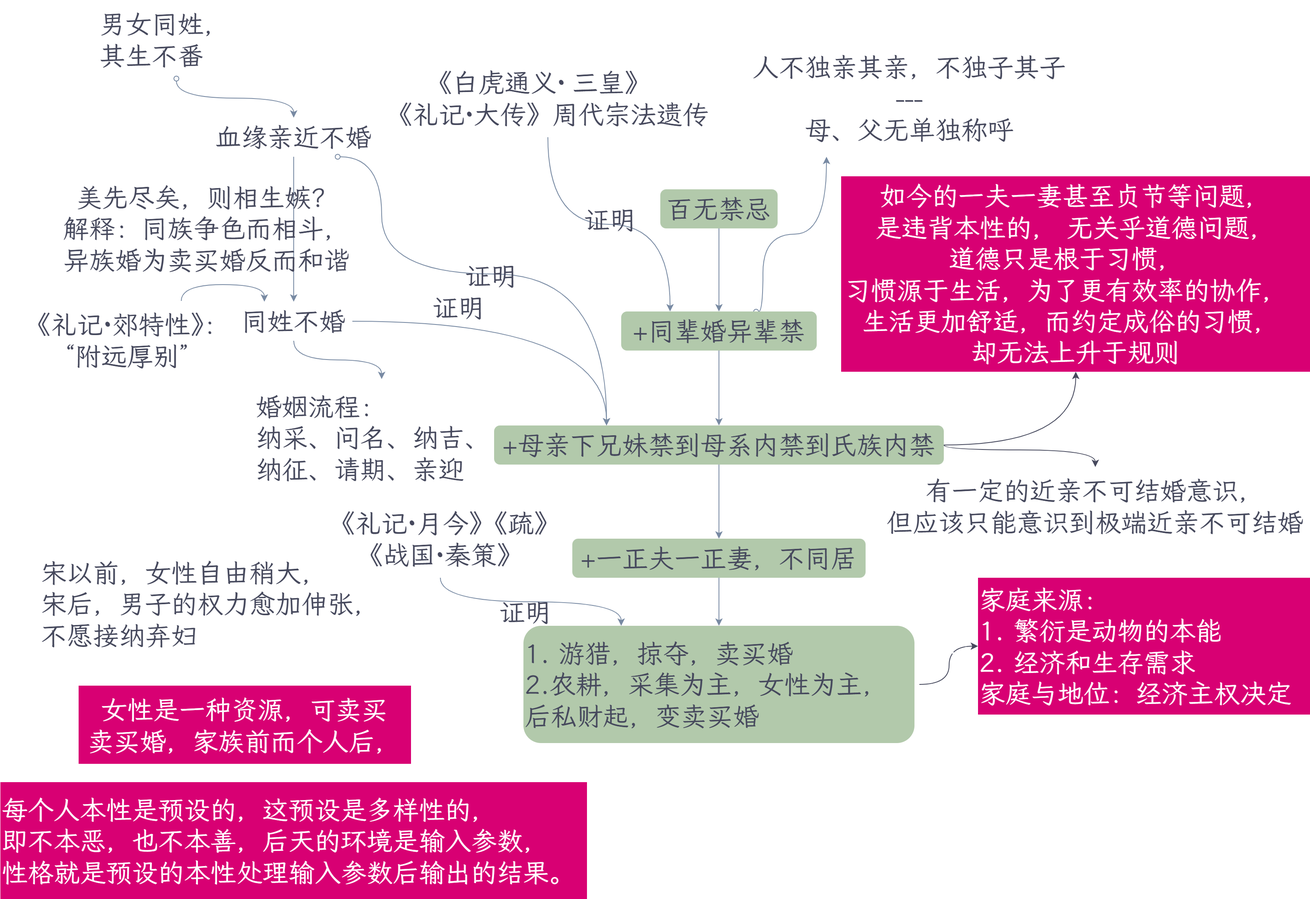
The draw.io diagram assets/中国通史_婚姻.png in Zencoder-arch/obsidian-images, before a commit. Source tidied: cells renumbered, new cells last; positions are measured from the earlier drawing's top-left corner, leaving out a move shared by most shapes.
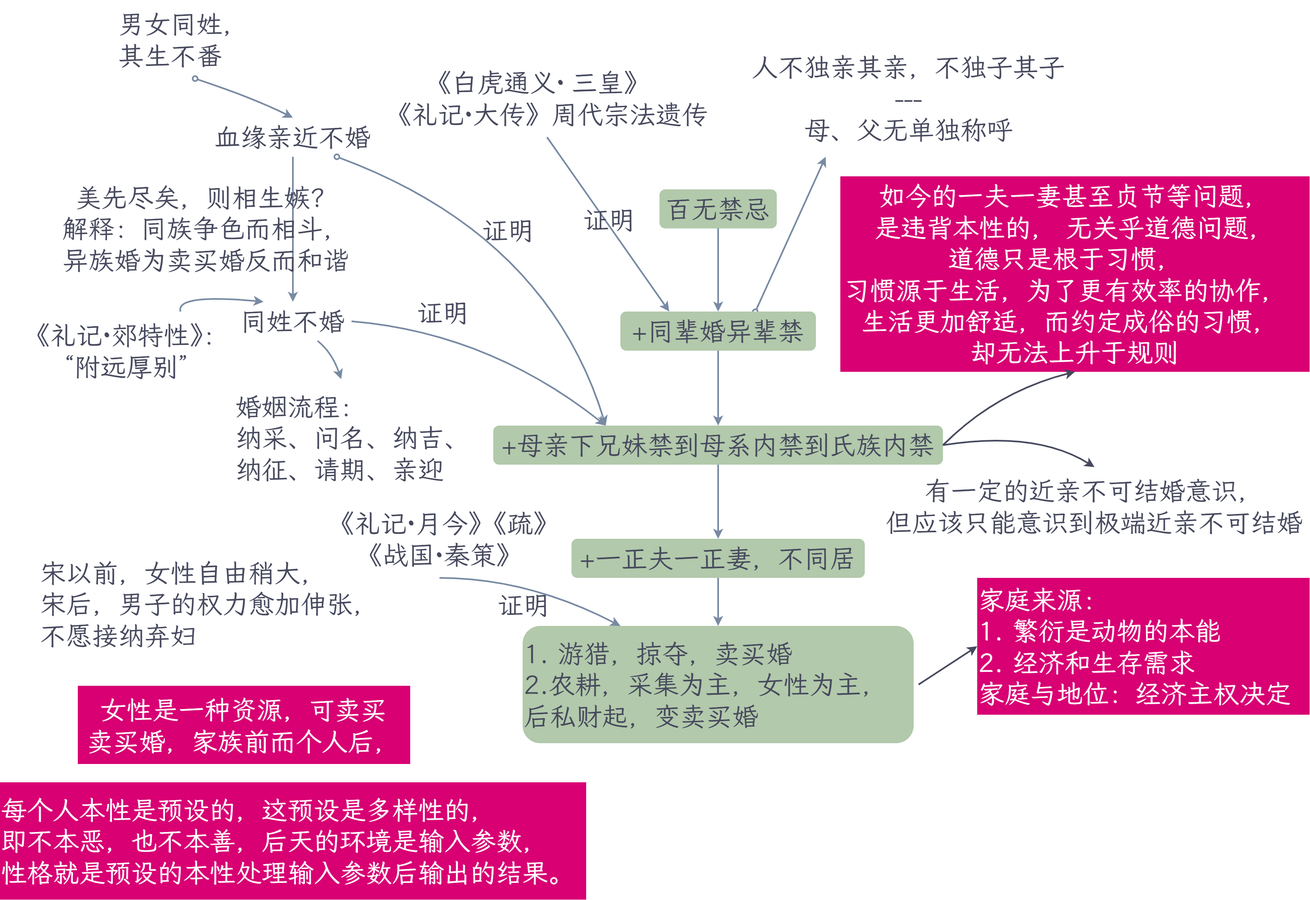
The same diagram one commit later.

Commit message:
更新中国通史_婚姻.png

Change to the diagram source:
```diff
@@ -4,3 +4,3 @@
     <mxCell id="1" parent="0" />
-    <mxCell id="2" style="edgeStyle=orthogonalEdgeStyle;rounded=0;jettySize=auto;html=1;fontFamily=霞鹜文楷;fontSize=32;fontColor=default;fontStyle=0;labelBorderColor=none;labelBackgroundColor=none;strokeColor=#788AA3;" parent="1" edge="1" source="3" target="6">
+    <mxCell id="2" style="rounded=0;jettySize=auto;html=1;fontFamily=霞鹜文楷;fontSize=32;fontColor=default;fontStyle=0;labelBorderColor=none;labelBackgroundColor=none;strokeColor=#788AA3;strokeWidth=2;curved=1;" parent="1" edge="1" source="3" target="6">
       <mxGeometry relative="1" as="geometry" />
@@ -10,13 +10,7 @@
     </mxCell>
-    <mxCell id="4" style="edgeStyle=orthogonalEdgeStyle;rounded=0;jettySize=auto;html=1;fontFamily=霞鹜文楷;fontSize=32;fontColor=default;fontStyle=0;labelBorderColor=none;labelBackgroundColor=none;strokeColor=#788AA3;" parent="1" edge="1" source="6" target="9">
+    <mxCell id="4" style="rounded=0;jettySize=auto;html=1;fontFamily=霞鹜文楷;fontSize=32;fontColor=default;fontStyle=0;labelBorderColor=none;labelBackgroundColor=none;strokeColor=#788AA3;strokeWidth=2;curved=1;" parent="1" edge="1" source="6" target="9">
       <mxGeometry relative="1" as="geometry" />
     </mxCell>
-    <mxCell id="5" style="edgeStyle=orthogonalEdgeStyle;rounded=0;jettySize=auto;html=1;fontFamily=霞鹜文楷;fontSize=32;fontColor=default;fontStyle=0;labelBorderColor=none;labelBackgroundColor=none;curved=1;endArrow=classic;endFill=1;strokeColor=#788AA3;startArrow=oval;startFill=0;exitX=0.69;exitY=0.994;exitDx=0;exitDy=0;exitPerimeter=0;entryX=0.25;entryY=1;entryDx=0;entryDy=0;" parent="1" edge="1" source="6" target="18">
-      <mxGeometry relative="1" as="geometry">
-        <Array as="points">
-          <mxPoint x="936" y="382" />
-          <mxPoint x="936" y="287" />
-          <mxPoint x="1014" y="287" />
-        </Array>
-      </mxGeometry>
+    <mxCell id="5" style="rounded=0;jettySize=auto;html=1;fontFamily=霞鹜文楷;fontSize=32;fontColor=default;fontStyle=0;labelBorderColor=none;labelBackgroundColor=none;endArrow=classic;endFill=1;strokeColor=#788AA3;startArrow=oval;startFill=0;exitX=0.69;exitY=0.994;exitDx=0;exitDy=0;exitPerimeter=0;entryX=0.25;entryY=1;entryDx=0;entryDy=0;strokeWidth=2;curved=1;" parent="1" edge="1" source="6" target="18">
+      <mxGeometry relative="1" as="geometry" />
     </mxCell>
@@ -25,10 +19,9 @@
     </mxCell>
-    <mxCell id="7" style="edgeStyle=orthogonalEdgeStyle;rounded=0;jettySize=auto;html=1;fontFamily=霞鹜文楷;fontSize=32;fontColor=default;fontStyle=0;labelBorderColor=none;labelBackgroundColor=none;strokeColor=#788AA3;" parent="1" edge="1" source="9" target="11">
+    <mxCell id="7" style="rounded=0;jettySize=auto;html=1;fontFamily=霞鹜文楷;fontSize=32;fontColor=default;fontStyle=0;labelBorderColor=none;labelBackgroundColor=none;strokeColor=#788AA3;strokeWidth=2;curved=1;" parent="1" edge="1" source="9" target="11">
       <mxGeometry relative="1" as="geometry" />
     </mxCell>
-    <mxCell id="8" style="edgeStyle=orthogonalEdgeStyle;shape=connector;curved=1;rounded=0;jettySize=auto;html=1;strokeColor=#46495D;align=center;verticalAlign=middle;fontFamily=霞鹜文楷;fontSize=32;fontColor=#46495D;fontStyle=0;labelBorderColor=none;labelBackgroundColor=none;endArrow=classic;exitX=1;exitY=0.5;exitDx=0;exitDy=0;" parent="1" edge="1" source="9" target="40">
+    <mxCell id="8" style="shape=connector;rounded=0;jettySize=auto;html=1;strokeColor=#46495D;align=center;verticalAlign=middle;fontFamily=霞鹜文楷;fontSize=32;fontColor=#46495D;fontStyle=0;labelBorderColor=none;labelBackgroundColor=none;endArrow=classic;exitX=1;exitY=0.5;exitDx=0;exitDy=0;strokeWidth=2;curved=1;entryX=0.5;entryY=0;entryDx=0;entryDy=0;" parent="1" edge="1" source="9" target="40">
       <mxGeometry relative="1" as="geometry">
         <Array as="points">
-          <mxPoint x="1158" y="552" />
-          <mxPoint x="1344" y="552" />
+          <mxPoint x="1272" y="528" />
         </Array>
@@ -39,3 +32,3 @@
     </mxCell>
-    <mxCell id="10" style="edgeStyle=orthogonalEdgeStyle;rounded=0;jettySize=auto;html=1;fontFamily=霞鹜文楷;fontSize=32;fontColor=default;fontStyle=0;labelBorderColor=none;labelBackgroundColor=none;strokeColor=#788AA3;" parent="1" edge="1" source="11" target="14">
+    <mxCell id="10" style="rounded=0;jettySize=auto;html=1;fontFamily=霞鹜文楷;fontSize=32;fontColor=default;fontStyle=0;labelBorderColor=none;labelBackgroundColor=none;strokeColor=#788AA3;strokeWidth=2;curved=1;" parent="1" edge="1" source="11" target="14">
       <mxGeometry relative="1" as="geometry" />
@@ -45,3 +38,3 @@
     </mxCell>
-    <mxCell id="12" style="edgeStyle=orthogonalEdgeStyle;rounded=0;jettySize=auto;html=1;entryX=0;entryY=0.5;entryDx=0;entryDy=0;fontFamily=霞鹜文楷;fontSize=32;fontColor=#46495D;fontStyle=0;labelBorderColor=none;labelBackgroundColor=none;curved=1;strokeColor=#46495D;" parent="1" edge="1" target="41">
+    <mxCell id="12" style="rounded=0;jettySize=auto;html=1;entryX=0;entryY=0.5;entryDx=0;entryDy=0;fontFamily=霞鹜文楷;fontSize=32;fontColor=#46495D;fontStyle=0;labelBorderColor=none;labelBackgroundColor=none;strokeColor=#46495D;strokeWidth=2;curved=1;" parent="1" edge="1" target="41">
       <mxGeometry relative="1" as="geometry">
@@ -50,5 +43,2 @@
     </mxCell>
-    <mxCell id="13" value="Text" style="edgeLabel;html=1;align=center;verticalAlign=middle;rounded=0;strokeColor=default;fontFamily=霞鹜文楷;fontSize=32;fontColor=#ffffff;fontStyle=0;labelBorderColor=none;labelBackgroundColor=none;fillColor=#d80073;gradientColor=none;" parent="12" vertex="1">
-      <mxGeometry x="0.25" y="4" relative="1" as="geometry" />
-    </mxCell>
     <mxCell id="14" value="1. 游猎，掠夺，卖买婚&lt;div&gt;2.农耕，采集为主，女性为主，&amp;nbsp;&amp;nbsp;&lt;/div&gt;&lt;div&gt;后私财起，变卖买婚&lt;/div&gt;" style="whiteSpace=wrap;html=1;fontSize=32;fontFamily=霞鹜文楷;fillColor=#B2C9AB;strokeColor=none;rounded=1;fillStyle=solid;glass=0;shadow=0;fontStyle=0;labelBackgroundColor=none;labelBorderColor=none;align=left;flipV=1;fontColor=#46495D;" parent="1" vertex="1">
@@ -56,9 +46,4 @@
     </mxCell>
-    <mxCell id="15" style="edgeStyle=orthogonalEdgeStyle;rounded=0;jettySize=auto;html=1;fontFamily=霞鹜文楷;fontSize=32;fontColor=default;fontStyle=0;labelBorderColor=none;labelBackgroundColor=none;verticalAlign=top;curved=1;entryX=0.25;entryY=0;entryDx=0;entryDy=0;exitX=0.5;exitY=1;exitDx=0;exitDy=0;strokeColor=#788AA3;" parent="1" edge="1" source="17" target="6">
-      <mxGeometry relative="1" as="geometry">
-        <Array as="points">
-          <mxPoint x="672" y="275" />
-          <mxPoint x="822" y="275" />
-        </Array>
-      </mxGeometry>
+    <mxCell id="15" style="rounded=0;jettySize=auto;html=1;fontFamily=霞鹜文楷;fontSize=32;fontColor=default;fontStyle=0;labelBorderColor=none;labelBackgroundColor=none;verticalAlign=top;entryX=0.25;entryY=0;entryDx=0;entryDy=0;exitX=0.5;exitY=1;exitDx=0;exitDy=0;strokeColor=#788AA3;strokeWidth=2;curved=1;" parent="1" edge="1" source="17" target="6">
+      <mxGeometry relative="1" as="geometry" />
     </mxCell>
@@ -78,3 +63,3 @@
     </mxCell>
-    <mxCell id="20" style="rounded=0;jettySize=auto;html=1;exitX=0.5;exitY=1;exitDx=0;exitDy=0;fontFamily=霞鹜文楷;fontSize=32;fontColor=default;fontStyle=0;labelBorderColor=none;labelBackgroundColor=none;strokeColor=#788AA3;align=center;verticalAlign=middle;endArrow=classic;edgeStyle=orthogonalEdgeStyle;" parent="1" edge="1" source="22" target="24">
+    <mxCell id="20" style="rounded=0;jettySize=auto;html=1;exitX=0.5;exitY=1;exitDx=0;exitDy=0;fontFamily=霞鹜文楷;fontSize=32;fontColor=default;fontStyle=0;labelBorderColor=none;labelBackgroundColor=none;strokeColor=#788AA3;align=center;verticalAlign=middle;endArrow=classic;strokeWidth=2;curved=1;" parent="1" edge="1" source="22" target="24">
       <mxGeometry relative="1" as="geometry" />
@@ -89,4 +74,8 @@
     </mxCell>
-    <mxCell id="23" style="edgeStyle=orthogonalEdgeStyle;rounded=0;jettySize=auto;html=1;fontFamily=霞鹜文楷;fontSize=32;fontColor=default;fontStyle=0;labelBorderColor=none;labelBackgroundColor=none;strokeColor=#788AA3;curved=1;" parent="1" edge="1" source="24" target="27">
-      <mxGeometry relative="1" as="geometry" />
+    <mxCell id="23" style="rounded=0;jettySize=auto;html=1;fontFamily=霞鹜文楷;fontSize=32;fontColor=default;fontStyle=0;labelBorderColor=none;labelBackgroundColor=none;strokeColor=#788AA3;strokeWidth=2;curved=1;" parent="1" edge="1" source="24" target="27">
+      <mxGeometry relative="1" as="geometry">
+        <Array as="points">
+          <mxPoint x="408" y="432" />
+        </Array>
+      </mxGeometry>
     </mxCell>
@@ -95,7 +84,6 @@
     </mxCell>
-    <mxCell id="25" style="edgeStyle=orthogonalEdgeStyle;rounded=0;jettySize=auto;html=1;fontFamily=霞鹜文楷;fontSize=32;fontColor=default;fontStyle=0;labelBorderColor=none;labelBackgroundColor=none;strokeColor=#788AA3;curved=1;entryX=0.5;entryY=0;entryDx=0;entryDy=0;startArrow=oval;startFill=0;" parent="1" edge="1" source="26" target="22">
+    <mxCell id="25" style="rounded=0;jettySize=auto;html=1;fontFamily=霞鹜文楷;fontSize=32;fontColor=default;fontStyle=0;labelBorderColor=none;labelBackgroundColor=none;strokeColor=#788AA3;entryX=0.5;entryY=0;entryDx=0;entryDy=0;startArrow=oval;startFill=0;strokeWidth=2;curved=1;exitX=0.5;exitY=1;exitDx=0;exitDy=0;" parent="1" edge="1" source="26" target="22">
       <mxGeometry relative="1" as="geometry">
         <Array as="points">
-          <mxPoint x="216" y="120" />
-          <mxPoint x="360" y="120" />
+          <mxPoint x="312" y="120" />
         </Array>
@@ -104,9 +92,13 @@
     <mxCell id="26" value="男女同姓，&lt;br&gt;&lt;span style=&quot;background-color: transparent; color: light-dark(rgb(70, 73, 93), rgb(170, 173, 190));&quot;&gt;其生不番&lt;/span&gt;" style="text;html=1;whiteSpace=wrap;strokeColor=none;fillColor=none;align=left;verticalAlign=middle;rounded=0;fontFamily=霞鹜文楷;fontSize=32;fontColor=#46495D;fontStyle=0;labelBorderColor=none;labelBackgroundColor=none;" parent="1" vertex="1">
-      <mxGeometry x="120" width="192" height="96" as="geometry" />
+      <mxGeometry x="144" width="192" height="96" as="geometry" />
     </mxCell>
     <mxCell id="27" value="婚姻流程：&amp;nbsp;&amp;nbsp;&lt;br&gt;纳采、问名、纳吉、&lt;br&gt;纳征、请期、亲迎" style="whiteSpace=wrap;html=1;fontSize=32;fontFamily=霞鹜文楷;fillColor=none;rounded=0;fontStyle=0;labelBorderColor=none;labelBackgroundColor=none;strokeColor=none;fontColor=#46495D;align=left;" parent="1" vertex="1">
-      <mxGeometry x="312" y="465" width="312" height="144" as="geometry" />
+      <mxGeometry x="288" y="465" width="312" height="144" as="geometry" />
     </mxCell>
-    <mxCell id="28" style="edgeStyle=orthogonalEdgeStyle;rounded=0;jettySize=auto;html=1;entryX=0.25;entryY=0;entryDx=0;entryDy=0;fontFamily=霞鹜文楷;fontSize=32;fontColor=default;fontStyle=0;labelBorderColor=none;labelBackgroundColor=none;strokeColor=#788AA3;curved=1;exitX=1;exitY=0.5;exitDx=0;exitDy=0;" parent="1" edge="1" source="24" target="9">
-      <mxGeometry relative="1" as="geometry" />
+    <mxCell id="28" style="rounded=0;jettySize=auto;html=1;entryX=0.25;entryY=0;entryDx=0;entryDy=0;fontFamily=霞鹜文楷;fontSize=32;fontColor=default;fontStyle=0;labelBorderColor=none;labelBackgroundColor=none;strokeColor=#788AA3;exitX=1;exitY=0.5;exitDx=0;exitDy=0;strokeWidth=2;curved=1;" parent="1" edge="1" source="24" target="9">
+      <mxGeometry relative="1" as="geometry">
+        <Array as="points">
+          <mxPoint x="600" y="408" />
+        </Array>
+      </mxGeometry>
     </mxCell>
@@ -117,8 +109,6 @@
     </mxCell>
-    <mxCell id="30" style="edgeStyle=orthogonalEdgeStyle;rounded=0;jettySize=auto;html=1;entryX=0.25;entryY=0;entryDx=0;entryDy=0;fontFamily=霞鹜文楷;fontSize=32;fontColor=default;fontStyle=0;labelBorderColor=none;labelBackgroundColor=none;strokeColor=#788AA3;curved=1;exitX=0.75;exitY=1;exitDx=0;exitDy=0;startArrow=oval;startFill=0;" parent="1" edge="1" source="22" target="9">
+    <mxCell id="30" style="rounded=0;jettySize=auto;html=1;entryX=0.25;entryY=0;entryDx=0;entryDy=0;fontFamily=霞鹜文楷;fontSize=32;fontColor=default;fontStyle=0;labelBorderColor=none;labelBackgroundColor=none;strokeColor=#788AA3;exitX=0.75;exitY=1;exitDx=0;exitDy=0;startArrow=oval;startFill=0;strokeWidth=2;curved=1;" parent="1" edge="1" source="22" target="9">
       <mxGeometry relative="1" as="geometry">
         <Array as="points">
-          <mxPoint x="468" y="192" />
-          <mxPoint x="468" y="336" />
-          <mxPoint x="744" y="336" />
+          <mxPoint x="672" y="288" />
         </Array>
@@ -128,10 +118,14 @@
       <mxGeometry x="0.41" y="-33" relative="1" as="geometry">
-        <mxPoint x="-135" y="-57" as="offset" />
+        <mxPoint x="-44" y="-130" as="offset" />
       </mxGeometry>
     </mxCell>
-    <mxCell id="32" style="edgeStyle=orthogonalEdgeStyle;rounded=0;jettySize=auto;html=1;fontFamily=霞鹜文楷;fontSize=32;fontColor=default;fontStyle=0;labelBorderColor=none;labelBackgroundColor=none;strokeColor=#788AA3;curved=1;entryX=0.25;entryY=0;entryDx=0;entryDy=0;exitX=0.75;exitY=0;exitDx=0;exitDy=0;" parent="1" edge="1" source="33" target="24">
-      <mxGeometry relative="1" as="geometry" />
+    <mxCell id="32" style="rounded=0;jettySize=auto;html=1;fontFamily=霞鹜文楷;fontSize=32;fontColor=default;fontStyle=0;labelBorderColor=none;labelBackgroundColor=none;strokeColor=#788AA3;entryX=0.25;entryY=0;entryDx=0;entryDy=0;exitX=0.75;exitY=0;exitDx=0;exitDy=0;strokeWidth=2;curved=1;" parent="1" edge="1" source="33" target="24">
+      <mxGeometry relative="1" as="geometry">
+        <Array as="points">
+          <mxPoint x="216" y="360" />
+        </Array>
+      </mxGeometry>
     </mxCell>
     <mxCell id="33" value="《礼记·郊特性》：&lt;br&gt;“附远厚别”" style="text;html=1;whiteSpace=wrap;strokeColor=none;fillColor=none;align=center;verticalAlign=middle;rounded=0;fontFamily=霞鹜文楷;fontSize=32;fontColor=#46495D;fontStyle=0;labelBorderColor=none;labelBackgroundColor=none;" parent="1" vertex="1">
-      <mxGeometry x="24" y="369" width="264" height="96" as="geometry" />
+      <mxGeometry x="24" y="382" width="264" height="96" as="geometry" />
     </mxCell>
@@ -143,8 +137,15 @@
     </mxCell>
-    <mxCell id="36" style="edgeStyle=orthogonalEdgeStyle;rounded=0;jettySize=auto;html=1;entryX=0.5;entryY=1;entryDx=0;entryDy=0;curved=1;exitX=1;exitY=0.5;exitDx=0;exitDy=0;fontColor=#46495D;strokeColor=#46495D;fontSize=32;" parent="1" edge="1" source="9" target="19">
-      <mxGeometry relative="1" as="geometry" />
+    <mxCell id="36" style="rounded=0;jettySize=auto;html=1;entryX=0.5;entryY=1;entryDx=0;entryDy=0;exitX=1;exitY=0.5;exitDx=0;exitDy=0;fontColor=#46495D;strokeColor=#46495D;fontSize=32;strokeWidth=2;curved=1;" parent="1" edge="1" source="9" target="19">
+      <mxGeometry relative="1" as="geometry">
+        <Array as="points">
+          <mxPoint x="1224" y="480" />
+        </Array>
+      </mxGeometry>
     </mxCell>
-    <mxCell id="37" style="edgeStyle=orthogonalEdgeStyle;shape=connector;curved=1;rounded=0;jettySize=auto;html=1;strokeColor=#788AA3;align=center;verticalAlign=middle;fontFamily=霞鹜文楷;fontSize=32;fontColor=default;fontStyle=0;labelBorderColor=none;labelBackgroundColor=none;endArrow=classic;exitX=0.5;exitY=1;exitDx=0;exitDy=0;" parent="1" edge="1" source="39">
+    <mxCell id="37" style="shape=connector;rounded=0;jettySize=auto;html=1;strokeColor=#788AA3;align=center;verticalAlign=middle;fontFamily=霞鹜文楷;fontSize=32;fontColor=default;fontStyle=0;labelBorderColor=none;labelBackgroundColor=none;endArrow=classic;exitX=0.5;exitY=1;exitDx=0;exitDy=0;strokeWidth=2;curved=1;" parent="1" edge="1" source="39">
       <mxGeometry relative="1" as="geometry">
         <mxPoint x="762" y="768" as="targetPoint" />
+        <Array as="points">
+          <mxPoint x="648" y="709" />
+        </Array>
       </mxGeometry>
@@ -152,3 +153,5 @@
     <mxCell id="38" value="证明" style="edgeLabel;html=1;align=center;verticalAlign=middle;rounded=0;strokeColor=#788AA3;fontFamily=霞鹜文楷;fontSize=32;fontColor=#46495D;fontStyle=0;labelBorderColor=none;labelBackgroundColor=none;fillColor=none;gradientColor=none;" parent="37" vertex="1">
-      <mxGeometry x="-0.05" y="-12" relative="1" as="geometry" />
+      <mxGeometry x="-0.05" y="-12" relative="1" as="geometry">
+        <mxPoint x="-5" y="19" as="offset" />
+      </mxGeometry>
     </mxCell>
```
